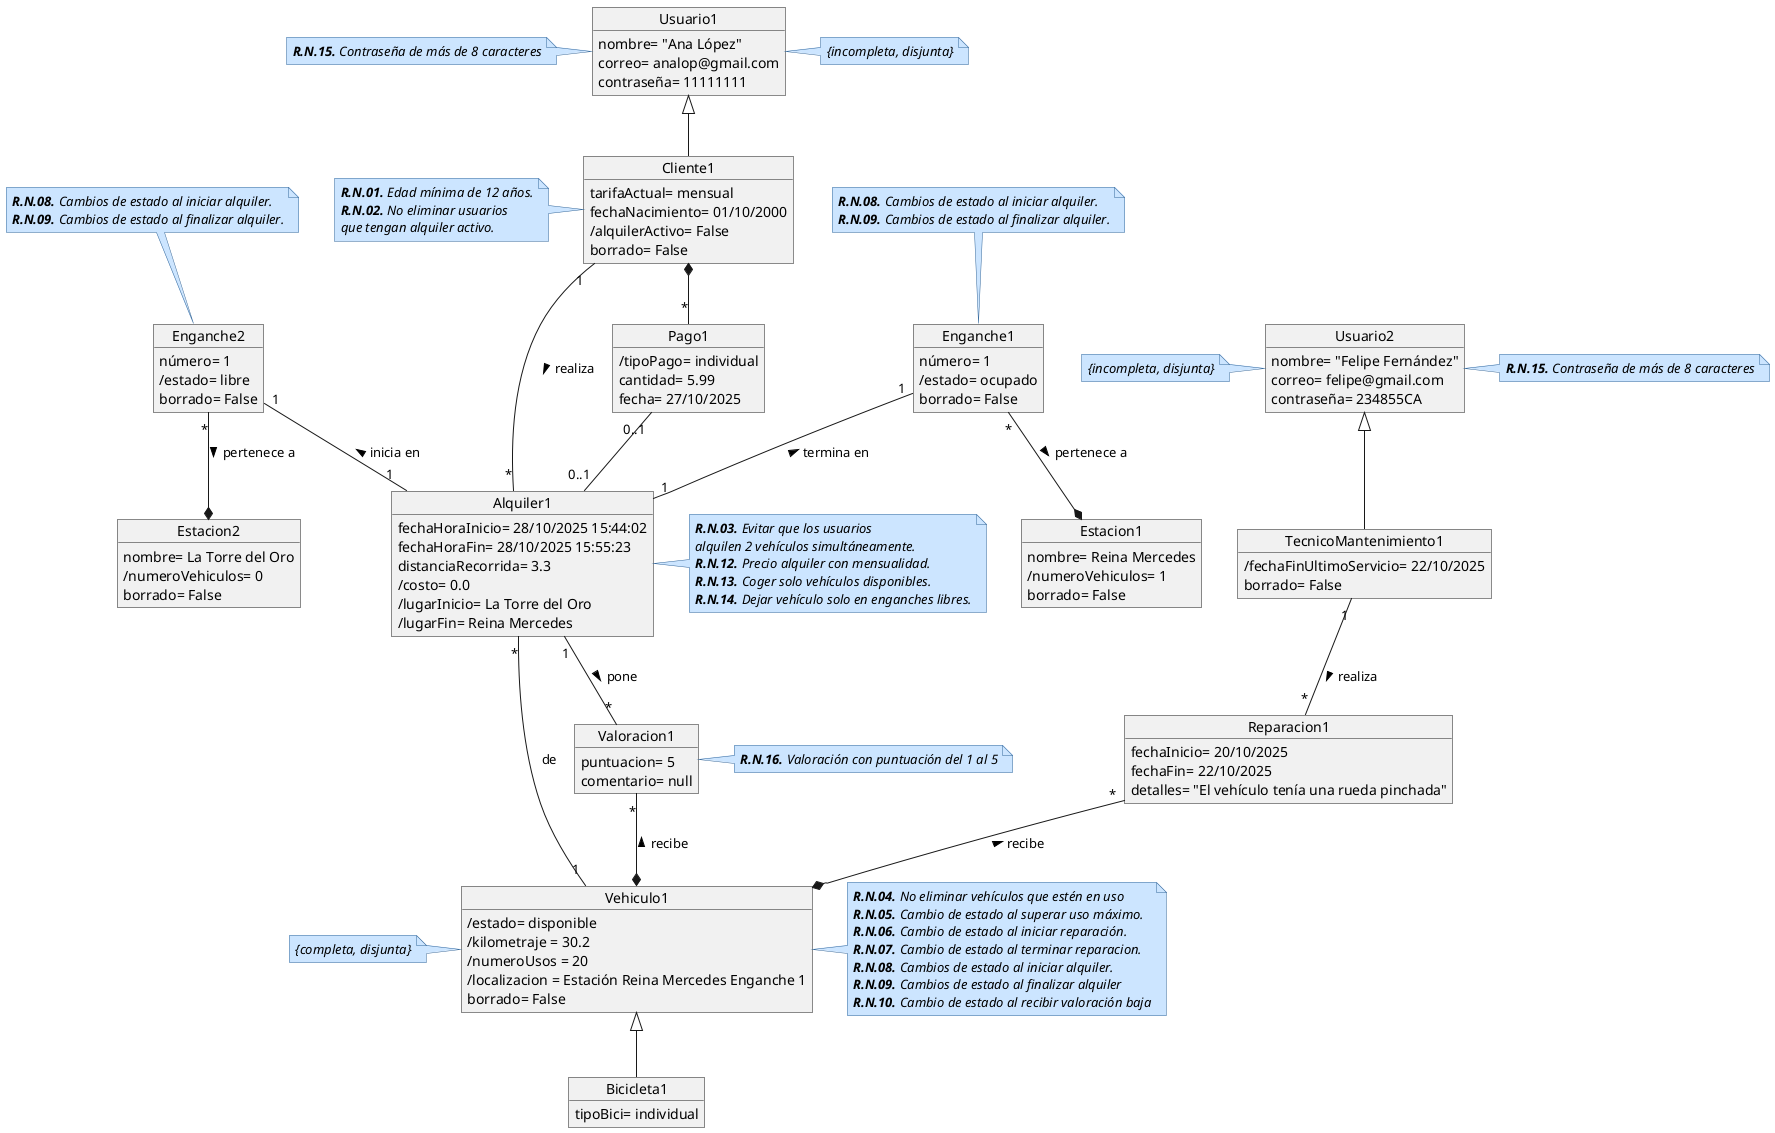
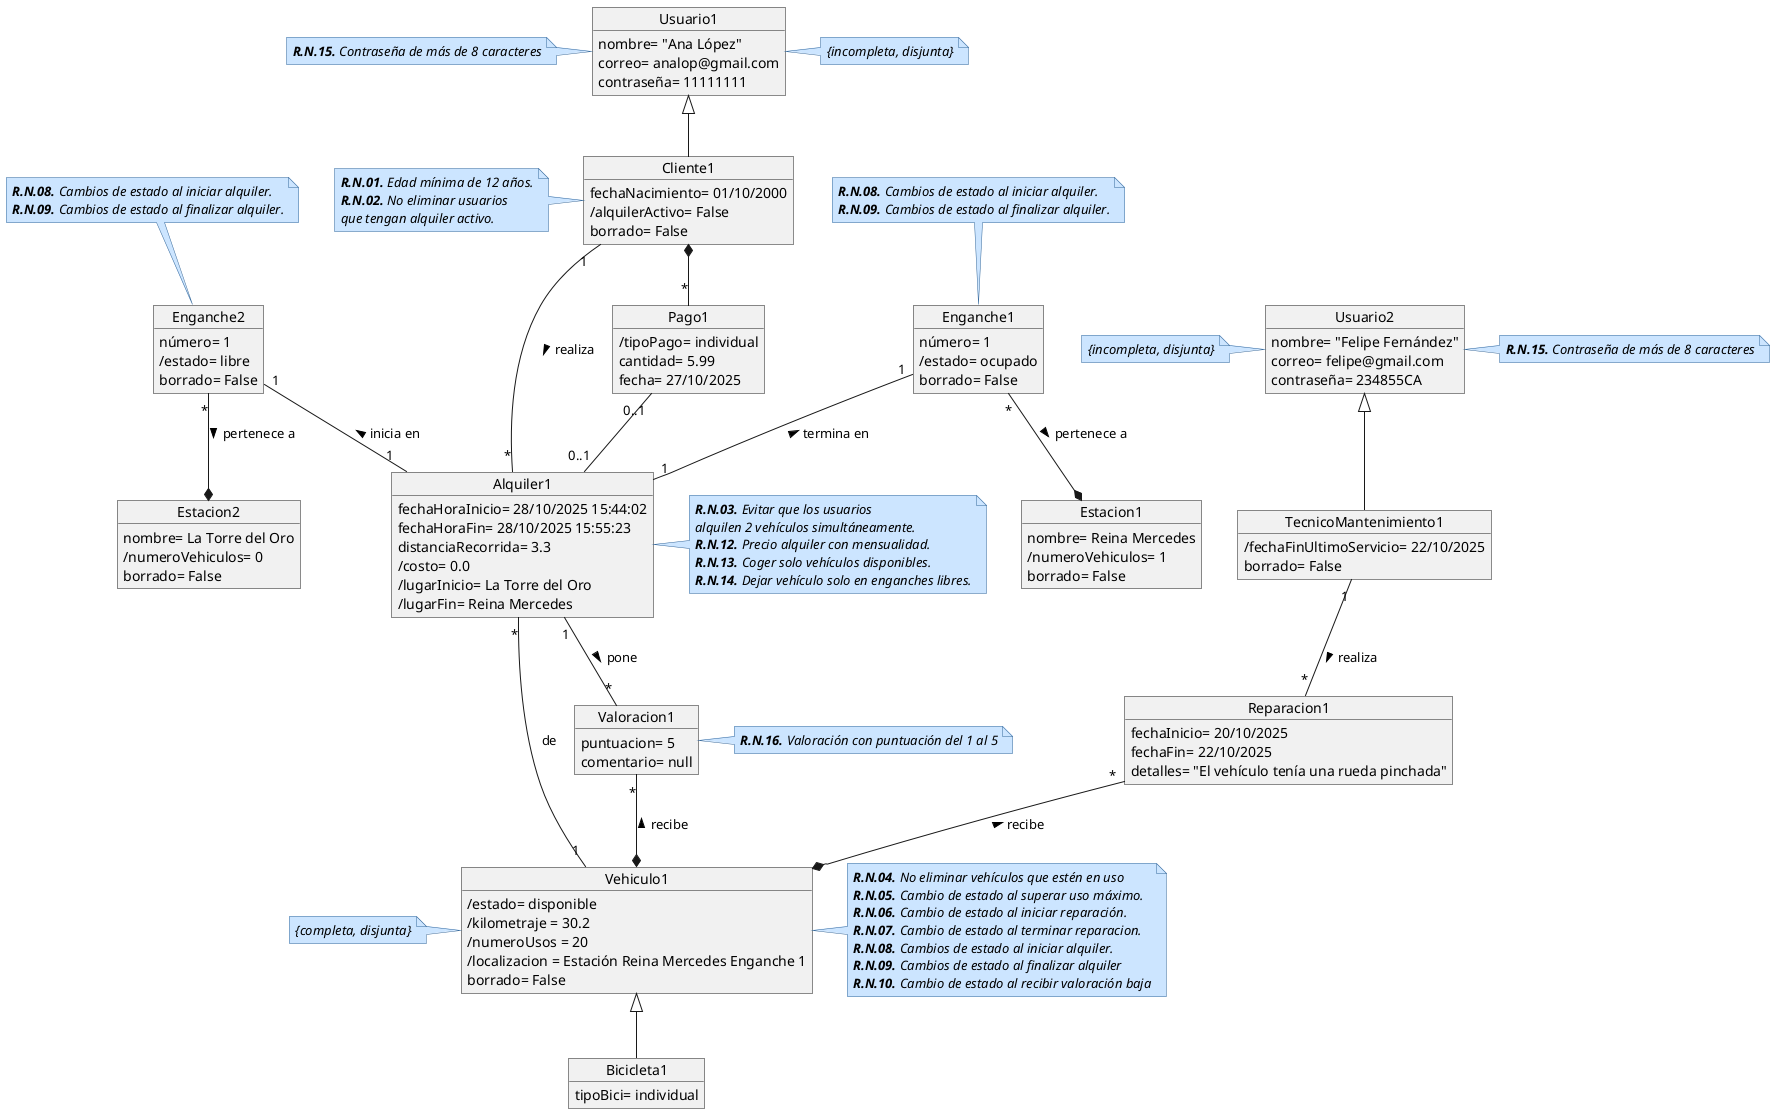
@startuml DiagramaClases

skinparam note {
  BackgroundColor #cce5ff
  BorderColor #336699
  FontStyle italic
}

object Usuario1 {
    nombre= "Ana López"
    correo= analop@gmail.com
    contraseña= 11111111
}
note right: {incompleta, disjunta}
note left of Usuario1
'''
**R.N.15.** Contraseña de más de 8 caracteres
'''
end note

object Usuario2 {
    nombre= "Felipe Fernández"
    correo= felipe@gmail.com
    contraseña= 234855CA
}
note left: {incompleta, disjunta}
note right of Usuario2
'''
**R.N.15.** Contraseña de más de 8 caracteres
'''
end note


object Cliente1 {
-     tarifaActual= mensual
    fechaNacimiento= 01/10/2000
    /alquilerActivo= False
    borrado= False
}
note left
'''
**R.N.01.** Edad mínima de 12 años.
**R.N.02.** No eliminar usuarios
que tengan alquiler activo.
'''
end note

object Pago1 {
    /tipoPago= individual
    cantidad= 5.99
    fecha= 27/10/2025
}
'Tipo pago puede ser o mensual o individual


object TecnicoMantenimiento1 {
    /fechaFinUltimoServicio= 22/10/2025
    borrado= False
}

object Reparacion1 {
    fechaInicio= 20/10/2025
    fechaFin= 22/10/2025
    detalles= "El vehículo tenía una rueda pinchada"
}



object Valoracion1 {
    puntuacion= 5
    comentario= null
}
note right
'''
**R.N.16.** Valoración con puntuación del 1 al 5
'''
end note

/'
La distancia recorrida la cuenta el vehículo con un
medidor incorporado y solo se registra cuando termina el recorrido.
Por eso mismo no es derivada de lugar inicio o fin, porque si no si acabas
en el mismo sitio la distancia recorrida sería 0.
'/
object Alquiler1 {
    fechaHoraInicio= 28/10/2025 15:44:02
    fechaHoraFin= 28/10/2025 15:55:23
    distanciaRecorrida= 3.3
    /costo= 0.0
    /lugarInicio= La Torre del Oro
    /lugarFin= Reina Mercedes
}
note right
'''
**R.N.03.** Evitar que los usuarios
alquilen 2 vehículos simultáneamente.
**R.N.12.** Precio alquiler con mensualidad.
**R.N.13.** Coger solo vehículos disponibles.
**R.N.14.** Dejar vehículo solo en enganches libres.
'''
end note

/'
La localización del vehículo se muestra cuando se guarda el vehículo.
No se guarda localización por GPS.
'/
object Vehiculo1 {
    /estado= disponible
    /kilometraje = 30.2
    /numeroUsos = 20
    /localizacion = Estación Reina Mercedes Enganche 1
    borrado= False
}
note right
'''
**R.N.04.** No eliminar vehículos que estén en uso
**R.N.05.** Cambio de estado al superar uso máximo.
**R.N.06.** Cambio de estado al iniciar reparación.
**R.N.07.** Cambio de estado al terminar reparacion.
**R.N.08.** Cambios de estado al iniciar alquiler.
**R.N.09.** Cambios de estado al finalizar alquiler
**R.N.10.** Cambio de estado al recibir valoración baja
'''
end note
note left of Vehiculo1: {completa, disjunta}


object Estacion1 {
    nombre= Reina Mercedes
    /numeroVehiculos= 1
    borrado= False
}

object Enganche1 {
    número= 1
    /estado= ocupado
    borrado= False
}
note top
'''
 **R.N.08.** Cambios de estado al iniciar alquiler.
 **R.N.09.** Cambios de estado al finalizar alquiler.
'''
end note

object Estacion2 {
    nombre= La Torre del Oro
    /numeroVehiculos= 0
    borrado= False
}

object Enganche2 {
    número= 1
    /estado= libre
    borrado= False
}
note top
'''
 **R.N.08.** Cambios de estado al iniciar alquiler.
 **R.N.09.** Cambios de estado al finalizar alquiler.
'''
end note

object Bicicleta1 {
    tipoBici= individual
}


Usuario1 <|-- Cliente1
Usuario2 <|-- TecnicoMantenimiento1

Enganche1 "*"--* Estacion1 : pertenece a >
Enganche2 "*"--* Estacion2 : pertenece a >

'Relación directa valoraciones'
Alquiler1 "1"--"*" Valoracion1 : pone >
Valoracion1 "*"--* Vehiculo1 : recibe <

TecnicoMantenimiento1 "1"--"*" Reparacion1 : realiza >
Reparacion1 "*"--* Vehiculo1 : recibe <

Enganche1 "1" --"1" Alquiler1: termina en <
Enganche2 "1" --"1" Alquiler1: inicia en <



'Relacion de Alquileres'
Cliente1 "1"--"*"  Alquiler1: realiza >

Alquiler1 "*"--"1" Vehiculo1: de

'Relacion Pago'
Cliente1 *--"*" Pago1
Pago1 "0..1"--"0..1" Alquiler1

Vehiculo1 <|-- Bicicleta1


@enduml